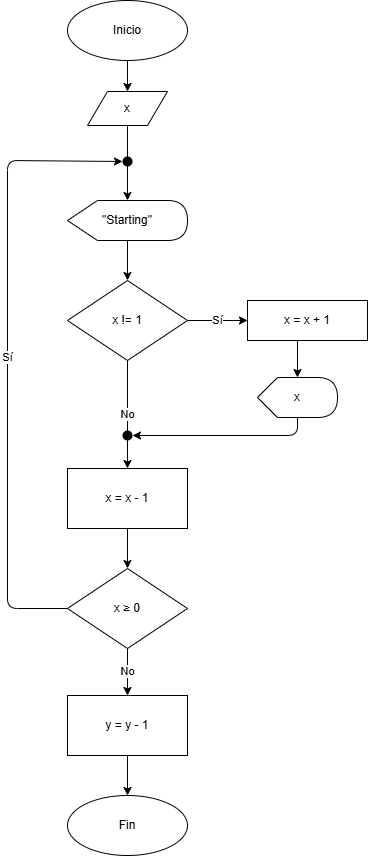
UPclopezpAalgorithmsBook/solutions keeps this draw.io diagram as chapter4/dfd/dfd4.5.1_4.png. Above is the earlier version. Source tidied: cells renumbered, new cells last; positions are measured from the earlier drawing's top-left corner, leaving out a move shared by most shapes. The source it was exported from:
```xml
<mxGraphModel>
  <root>
    <mxCell id="0" />
    <mxCell id="1" parent="0" />
    <mxCell id="2" parent="1" edge="1">
      <mxGeometry relative="1" as="geometry">
        <mxPoint x="60" y="450" as="targetPoint" />
        <Array as="points">
          <mxPoint y="560" />
          <mxPoint y="450" />
        </Array>
      </mxGeometry>
    </mxCell>
    <mxCell id="3" style="endArrow=classic;html=1;exitX=0;exitY=0.5;exitDx=0;exitDy=0;entryX=0;entryY=0.5;entryDx=0;entryDy=0;" parent="1" edge="1" source="x">
      <mxGeometry relative="1" as="geometry">
        <mxPoint x="60" y="270" as="targetPoint" />
        <Array as="points">
          <mxPoint y="510" />
          <mxPoint y="270" />
        </Array>
      </mxGeometry>
    </mxCell>
    <mxCell id="4" value="Inicio" style="ellipse;whiteSpace=wrap;html=1;" parent="1" vertex="1">
      <mxGeometry x="60" width="120" height="60" as="geometry" />
    </mxCell>
    <mxCell id="5" value="x" style="shape=parallelogram;perimeter=parallelogramPerimeter;whiteSpace=wrap;html=1;fixedSize=1;" parent="1" vertex="1">
      <mxGeometry x="80" y="91" width="80" height="34" as="geometry" />
    </mxCell>
    <mxCell id="6" value="&lt;div&gt;&lt;span style=&quot;background-color: transparent; color: light-dark(rgb(0, 0, 0), rgb(255, 255, 255));&quot;&gt;&quot;Starting&quot;&lt;/span&gt;&lt;/div&gt;" style="shape=display;whiteSpace=wrap;html=1;" parent="1" vertex="1">
      <mxGeometry x="60" y="200" width="120" height="40" as="geometry" />
    </mxCell>
    <mxCell id="7" value="x != 1" style="rhombus;whiteSpace=wrap;html=1;" parent="1" vertex="1">
      <mxGeometry x="60" y="280" width="120" height="80" as="geometry" />
    </mxCell>
    <mxCell id="8" value="x = x + 1" style="rounded=0;whiteSpace=wrap;html=1;" parent="1" vertex="1">
      <mxGeometry x="240" y="300" width="120" height="40" as="geometry" />
    </mxCell>
    <mxCell id="9" value="x = x - 1" style="rounded=0;whiteSpace=wrap;html=1;" parent="1" vertex="1">
      <mxGeometry x="60" y="468" width="120" height="60" as="geometry" />
    </mxCell>
    <mxCell id="10" value="x ≥ 0" style="rhombus;whiteSpace=wrap;html=1;" parent="1" vertex="1">
      <mxGeometry x="60" y="568" width="120" height="80" as="geometry" />
    </mxCell>
    <mxCell id="11" value="y = y - 1" style="rounded=0;whiteSpace=wrap;html=1;" parent="1" vertex="1">
      <mxGeometry x="60" y="695" width="120" height="60" as="geometry" />
    </mxCell>
    <mxCell id="12" value="Fin" style="ellipse;whiteSpace=wrap;html=1;" parent="1" vertex="1">
      <mxGeometry x="60" y="795" width="120" height="60" as="geometry" />
    </mxCell>
    <mxCell id="13" style="endArrow=classic;html=1;exitX=0.5;exitY=1;exitDx=0;exitDy=0;entryX=0.5;entryY=0;entryDx=0;entryDy=0;" parent="1" edge="1" source="4" target="5">
      <mxGeometry relative="1" as="geometry" />
    </mxCell>
    <mxCell id="14" style="endArrow=classic;html=1;exitX=0.5;exitY=1;exitDx=0;exitDy=0;entryX=0.5;entryY=0;entryDx=0;entryDy=0;" parent="1" edge="1" source="5" target="6">
      <mxGeometry relative="1" as="geometry" />
    </mxCell>
    <mxCell id="15" style="endArrow=classic;html=1;exitX=0.5;exitY=1;exitDx=0;exitDy=0;entryX=0.5;entryY=0;entryDx=0;entryDy=0;" parent="1" edge="1" source="6" target="7">
      <mxGeometry relative="1" as="geometry" />
    </mxCell>
    <mxCell id="16" value="Sí" style="endArrow=classic;html=1;exitX=1;exitY=0.5;exitDx=0;exitDy=0;entryX=0;entryY=0.5;entryDx=0;entryDy=0;" parent="1" edge="1" source="7" target="8">
      <mxGeometry relative="1" as="geometry" />
    </mxCell>
    <mxCell id="17" value="No" style="endArrow=classic;html=1;exitX=0.5;exitY=1;exitDx=0;exitDy=0;entryX=0.5;entryY=0;entryDx=0;entryDy=0;" parent="1" edge="1" source="7" target="9">
      <mxGeometry relative="1" as="geometry" />
    </mxCell>
    <mxCell id="18" style="endArrow=classic;html=1;entryX=1;entryY=0.5;entryDx=0;entryDy=0;exitX=0;exitY=0;exitDx=40;exitDy=40;exitPerimeter=0;" parent="1" edge="1" source="25" target="24">
      <mxGeometry relative="1" as="geometry">
        <Array as="points">
          <mxPoint x="290" y="435" />
        </Array>
      </mxGeometry>
    </mxCell>
    <mxCell id="19" style="endArrow=classic;html=1;exitX=0.5;exitY=1;exitDx=0;exitDy=0;entryX=0.5;entryY=0;entryDx=0;entryDy=0;" parent="1" edge="1" source="9" target="10">
      <mxGeometry relative="1" as="geometry" />
    </mxCell>
    <mxCell id="20" value="No" style="endArrow=classic;html=1;exitX=0.5;exitY=1;exitDx=0;exitDy=0;entryX=0.5;entryY=0;entryDx=0;entryDy=0;" parent="1" edge="1" source="10" target="11">
      <mxGeometry relative="1" as="geometry" />
    </mxCell>
    <mxCell id="21" value="Sí" style="endArrow=classic;html=1;exitX=0;exitY=0.5;exitDx=0;exitDy=0;entryX=0;entryY=0.5;entryDx=0;entryDy=0;" parent="1" edge="1" source="10" target="23">
      <mxGeometry relative="1" as="geometry">
        <Array as="points">
          <mxPoint y="608" />
          <mxPoint y="160" />
        </Array>
      </mxGeometry>
    </mxCell>
    <mxCell id="22" style="endArrow=classic;html=1;exitX=0.5;exitY=1;exitDx=0;exitDy=0;entryX=0.5;entryY=0;entryDx=0;entryDy=0;" parent="1" edge="1" source="11" target="12">
      <mxGeometry relative="1" as="geometry" />
    </mxCell>
    <mxCell id="23" style="ellipse;whiteSpace=wrap;html=1;strokeColor=none;fillColor=#000000;" parent="1" vertex="1">
      <mxGeometry x="115" y="156" width="10" height="10" as="geometry" />
    </mxCell>
    <mxCell id="24" style="ellipse;whiteSpace=wrap;html=1;strokeColor=none;fillColor=#000000;" parent="1" vertex="1">
      <mxGeometry x="115" y="430" width="10" height="10" as="geometry" />
    </mxCell>
    <mxCell id="25" value="&lt;div&gt;&lt;span style=&quot;background-color: transparent; color: light-dark(rgb(0, 0, 0), rgb(255, 255, 255));&quot;&gt;x&lt;/span&gt;&lt;/div&gt;" style="shape=display;whiteSpace=wrap;html=1;" parent="1" vertex="1">
      <mxGeometry x="250" y="377" width="80" height="40" as="geometry" />
    </mxCell>
    <mxCell id="26" style="edgeStyle=orthogonalEdgeStyle;rounded=0;jettySize=auto;html=1;exitX=0.5;exitY=1;exitDx=0;exitDy=0;entryX=0;entryY=0;entryDx=40;entryDy=0;entryPerimeter=0;" parent="1" edge="1" source="8" target="25">
      <mxGeometry relative="1" as="geometry" />
    </mxCell>
  </root>
</mxGraphModel>
```
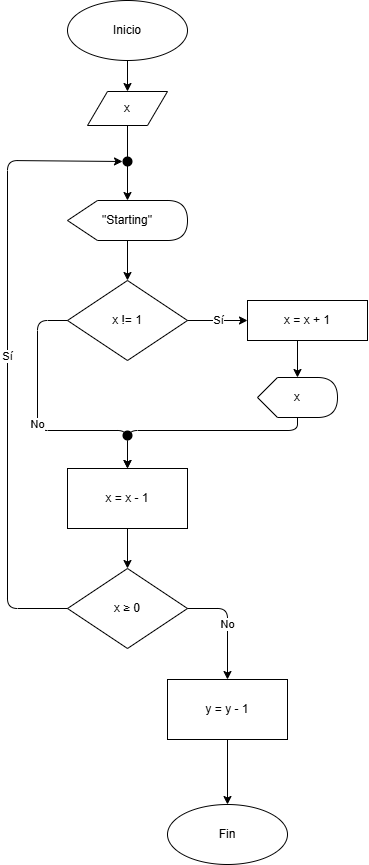
Above is the later version.

The edit, as a diff of the source:
```diff
@@ -2,24 +2,42 @@
   <root>
     <mxCell id="0" />
     <mxCell id="1" parent="0" />
-    <mxCell id="2" parent="1" edge="1">
-      <mxGeometry relative="1" as="geometry">
-        <mxPoint x="60" y="450" as="targetPoint" />
-        <Array as="points">
-          <mxPoint y="560" />
-          <mxPoint y="450" />
-        </Array>
-      </mxGeometry>
-    </mxCell>
-    <mxCell id="3" style="endArrow=classic;html=1;exitX=0;exitY=0.5;exitDx=0;exitDy=0;entryX=0;entryY=0.5;entryDx=0;entryDy=0;" parent="1" edge="1" source="x">
-      <mxGeometry relative="1" as="geometry">
-        <mxPoint x="60" y="270" as="targetPoint" />
-        <Array as="points">
-          <mxPoint y="510" />
-          <mxPoint y="270" />
-        </Array>
-      </mxGeometry>
-    </mxCell>
+    <mxCell id="27" parent="1" edge="1">
+      <mxGeometry relative="1" as="geometry">
+        <mxPoint x="60" y="450" as="targetPoint" />
+        <Array as="points">
+          <mxPoint y="560" />
+          <mxPoint y="450" />
+        </Array>
+      </mxGeometry>
+    </mxCell>
+    <mxCell id="28" style="endArrow=classic;html=1;exitX=0;exitY=0.5;exitDx=0;exitDy=0;entryX=0;entryY=0.5;entryDx=0;entryDy=0;" parent="1" edge="1">
+      <mxGeometry relative="1" as="geometry">
+        <mxPoint x="60" y="270" as="targetPoint" />
+        <Array as="points">
+          <mxPoint y="510" />
+          <mxPoint y="270" />
+        </Array>
+      </mxGeometry>
+    </mxCell>
+    <mxCell id="29" parent="1" edge="1">
+      <mxGeometry relative="1" as="geometry">
+        <mxPoint x="60" y="450" as="targetPoint" />
+        <Array as="points">
+          <mxPoint y="560" />
+          <mxPoint y="450" />
+        </Array>
+      </mxGeometry>
+    </mxCell>
+    <mxCell id="30" style="endArrow=classic;html=1;exitX=0;exitY=0.5;exitDx=0;exitDy=0;entryX=0;entryY=0.5;entryDx=0;entryDy=0;" parent="1" edge="1">
+      <mxGeometry relative="1" as="geometry">
+        <mxPoint x="60" y="270" as="targetPoint" />
+        <Array as="points">
+          <mxPoint y="510" />
+          <mxPoint y="270" />
+        </Array>
+      </mxGeometry>
+    </mxCell>
     <mxCell id="4" value="Inicio" style="ellipse;whiteSpace=wrap;html=1;" parent="1" vertex="1">
       <mxGeometry x="60" width="120" height="60" as="geometry" />
     </mxCell>
@@ -42,10 +60,10 @@
       <mxGeometry x="60" y="568" width="120" height="80" as="geometry" />
     </mxCell>
     <mxCell id="11" value="y = y - 1" style="rounded=0;whiteSpace=wrap;html=1;" parent="1" vertex="1">
-      <mxGeometry x="60" y="695" width="120" height="60" as="geometry" />
+      <mxGeometry x="160" y="679" width="120" height="60" as="geometry" />
     </mxCell>
     <mxCell id="12" value="Fin" style="ellipse;whiteSpace=wrap;html=1;" parent="1" vertex="1">
-      <mxGeometry x="60" y="795" width="120" height="60" as="geometry" />
+      <mxGeometry x="160" y="804" width="120" height="60" as="geometry" />
     </mxCell>
     <mxCell id="13" style="endArrow=classic;html=1;exitX=0.5;exitY=1;exitDx=0;exitDy=0;entryX=0.5;entryY=0;entryDx=0;entryDy=0;" parent="1" edge="1" source="4" target="5">
       <mxGeometry relative="1" as="geometry" />
@@ -59,21 +77,32 @@
     <mxCell id="16" value="Sí" style="endArrow=classic;html=1;exitX=1;exitY=0.5;exitDx=0;exitDy=0;entryX=0;entryY=0.5;entryDx=0;entryDy=0;" parent="1" edge="1" source="7" target="8">
       <mxGeometry relative="1" as="geometry" />
     </mxCell>
-    <mxCell id="17" value="No" style="endArrow=classic;html=1;exitX=0.5;exitY=1;exitDx=0;exitDy=0;entryX=0.5;entryY=0;entryDx=0;entryDy=0;" parent="1" edge="1" source="7" target="9">
-      <mxGeometry relative="1" as="geometry" />
+    <mxCell id="17" value="No" style="endArrow=classic;html=1;exitX=0;exitY=0.5;exitDx=0;exitDy=0;entryX=0.5;entryY=0;entryDx=0;entryDy=0;" parent="1" edge="1" source="7" target="9">
+      <mxGeometry relative="1" as="geometry">
+        <Array as="points">
+          <mxPoint x="30" y="320" />
+          <mxPoint x="30" y="430" />
+          <mxPoint x="120" y="430" />
+        </Array>
+      </mxGeometry>
     </mxCell>
-    <mxCell id="18" style="endArrow=classic;html=1;entryX=1;entryY=0.5;entryDx=0;entryDy=0;exitX=0;exitY=0;exitDx=40;exitDy=40;exitPerimeter=0;" parent="1" edge="1" source="25" target="24">
-      <mxGeometry relative="1" as="geometry">
-        <Array as="points">
-          <mxPoint x="290" y="435" />
-        </Array>
-      </mxGeometry>
-    </mxCell>
+    <mxCell id="31" style="endArrow=classic;html=1;entryX=0.5;entryY=0;entryDx=0;entryDy=0;exitX=0;exitY=0;exitDx=40;exitDy=40;exitPerimeter=0;" parent="1" edge="1" source="25" target="9">
+      <mxGeometry relative="1" as="geometry">
+        <Array as="points">
+          <mxPoint x="290" y="430" />
+          <mxPoint x="120" y="430" />
+        </Array>
+      </mxGeometry>
+    </mxCell>
     <mxCell id="19" style="endArrow=classic;html=1;exitX=0.5;exitY=1;exitDx=0;exitDy=0;entryX=0.5;entryY=0;entryDx=0;entryDy=0;" parent="1" edge="1" source="9" target="10">
       <mxGeometry relative="1" as="geometry" />
     </mxCell>
-    <mxCell id="20" value="No" style="endArrow=classic;html=1;exitX=0.5;exitY=1;exitDx=0;exitDy=0;entryX=0.5;entryY=0;entryDx=0;entryDy=0;" parent="1" edge="1" source="10" target="11">
-      <mxGeometry relative="1" as="geometry" />
+    <mxCell id="20" value="No" style="endArrow=classic;html=1;exitX=1;exitY=0.5;exitDx=0;exitDy=0;entryX=0.5;entryY=0;entryDx=0;entryDy=0;" parent="1" edge="1" source="10" target="11">
+      <mxGeometry relative="1" as="geometry">
+        <Array as="points">
+          <mxPoint x="220" y="608" />
+        </Array>
+      </mxGeometry>
     </mxCell>
     <mxCell id="21" value="Sí" style="endArrow=classic;html=1;exitX=0;exitY=0.5;exitDx=0;exitDy=0;entryX=0;entryY=0.5;entryDx=0;entryDy=0;" parent="1" edge="1" source="10" target="23">
       <mxGeometry relative="1" as="geometry">
```
